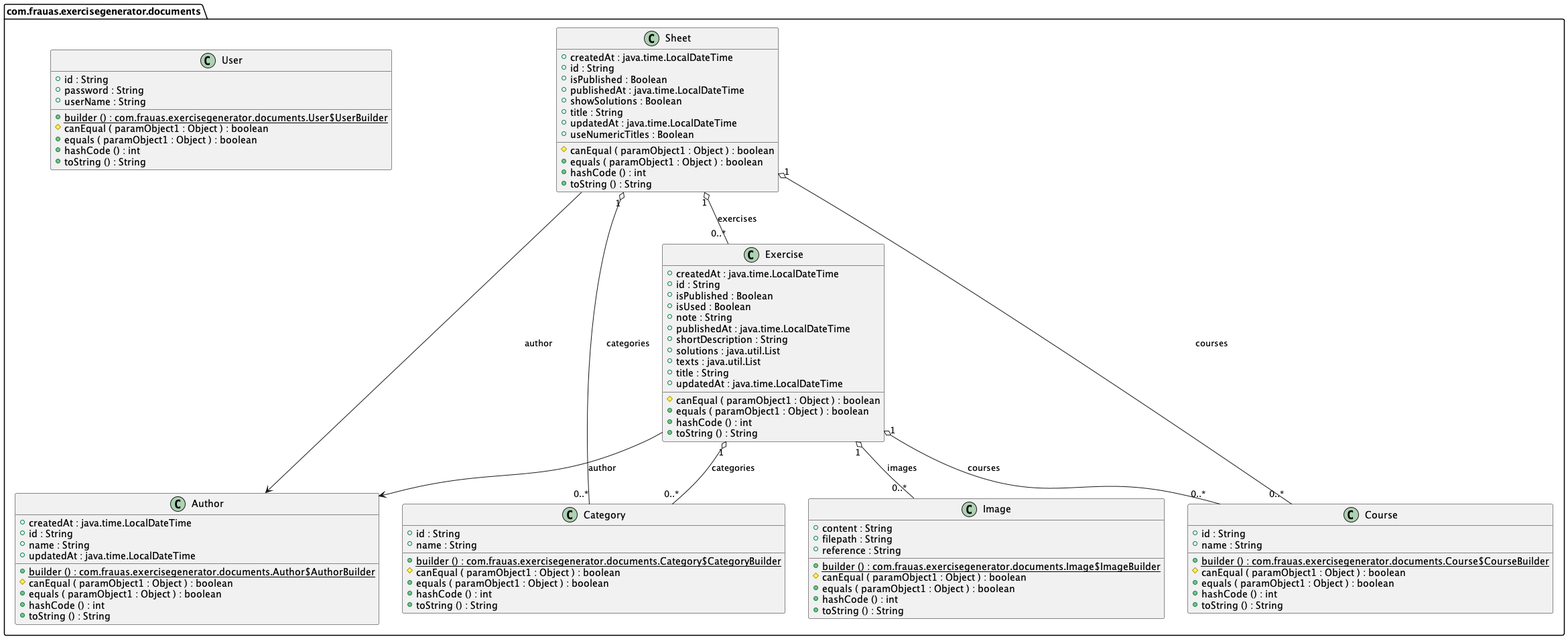
The PlantUML diagram doc/diagram.png in CarlaHofmann/exercise-generator-be, before a commit.
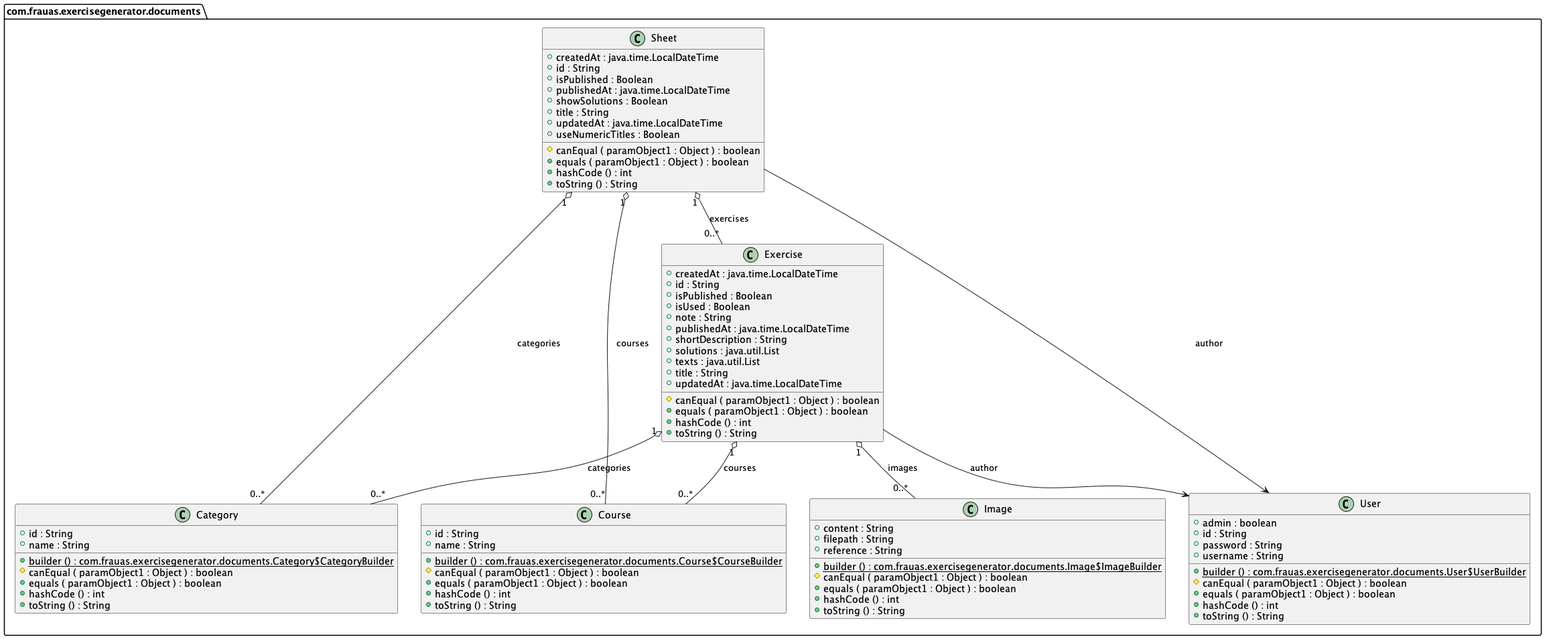
Above is the later version.

What changed in the source:
```diff
@@ -1,17 +1,4 @@
 @startuml
-
-class com.frauas.exercisegenerator.documents.Author {
-	{field} +createdAt : java.time.LocalDateTime
-	{field} +id : String
-	{field} +name : String
-	{field} +updatedAt : java.time.LocalDateTime
-	{method}  {static} +builder () : com.frauas.exercisegenerator.documents.Author$AuthorBuilder
-	{method} #canEqual ( paramObject1 : Object ) : boolean
-	{method} +equals ( paramObject1 : Object ) : boolean
-	{method} +hashCode () : int
-	{method} +toString () : String
-}
-
 
 class com.frauas.exercisegenerator.documents.Category {
 	{field} +id : String
@@ -83,9 +70,10 @@
 
 
 class com.frauas.exercisegenerator.documents.User {
+	{field} +admin : boolean
 	{field} +id : String
 	{field} +password : String
-	{field} +userName : String
+	{field} +username : String
 	{method}  {static} +builder () : com.frauas.exercisegenerator.documents.User$UserBuilder
 	{method} #canEqual ( paramObject1 : Object ) : boolean
 	{method} +equals ( paramObject1 : Object ) : boolean
@@ -99,11 +87,11 @@
 com.frauas.exercisegenerator.documents.Exercise "1" o-- "0..*"  com.frauas.exercisegenerator.documents.Category : categories
 com.frauas.exercisegenerator.documents.Exercise "1" o-- "0..*"  com.frauas.exercisegenerator.documents.Course : courses
 com.frauas.exercisegenerator.documents.Exercise "1" o-- "0..*"  com.frauas.exercisegenerator.documents.Image : images
-com.frauas.exercisegenerator.documents.Exercise -->  com.frauas.exercisegenerator.documents.Author : author
+com.frauas.exercisegenerator.documents.Exercise -->  com.frauas.exercisegenerator.documents.User : author
 com.frauas.exercisegenerator.documents.Sheet "1" o-- "0..*"  com.frauas.exercisegenerator.documents.Category : categories
 com.frauas.exercisegenerator.documents.Sheet "1" o-- "0..*"  com.frauas.exercisegenerator.documents.Course : courses
 com.frauas.exercisegenerator.documents.Sheet "1" o-- "0..*"  com.frauas.exercisegenerator.documents.Exercise : exercises
-com.frauas.exercisegenerator.documents.Sheet -->  com.frauas.exercisegenerator.documents.Author : author
+com.frauas.exercisegenerator.documents.Sheet -->  com.frauas.exercisegenerator.documents.User : author
 
 
 @enduml
```
